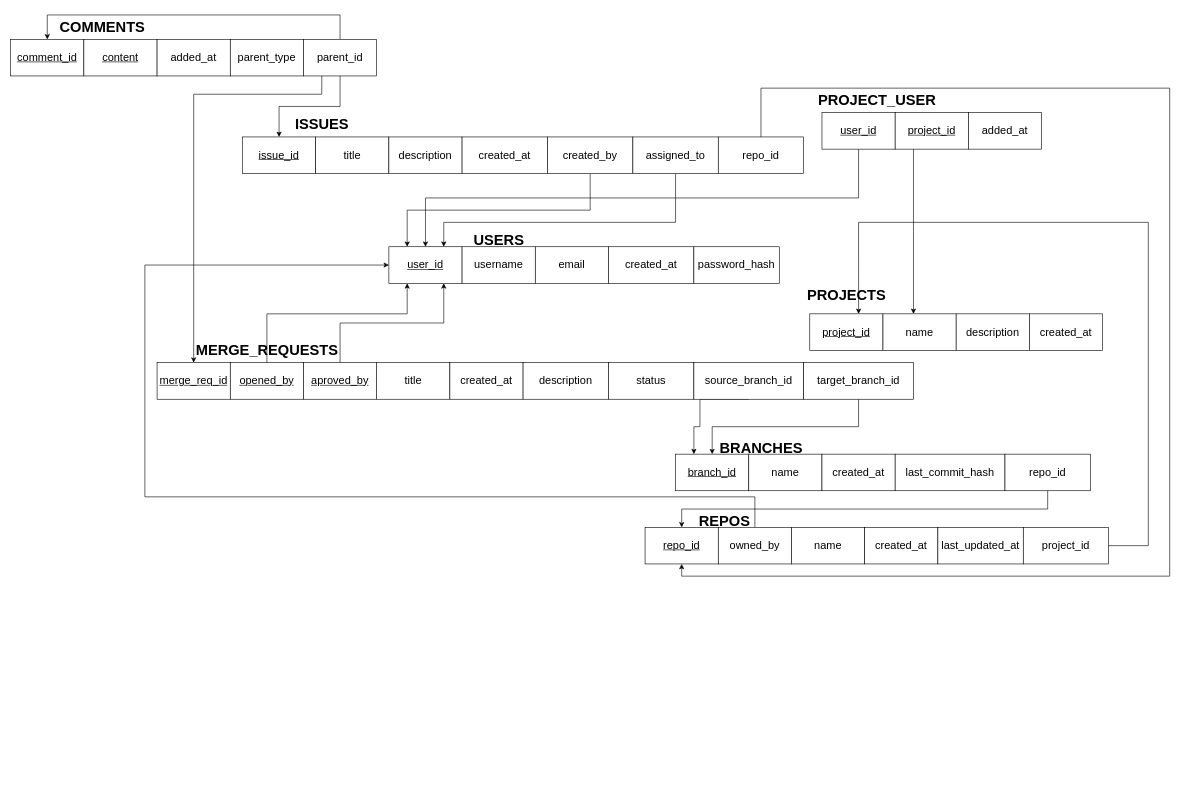
This is Untitled Diagram.drawio from briansterle/devops-platform-db, a draw.io file, before an edit. Source tidied: cells renumbered, new cells numbered last; positions are measured from the earlier drawing's top-left corner, leaving out a move shared by most shapes. Both pictures are drawn from the tidied source at 61%, with x=0, y=0 at pixel (10, 15).
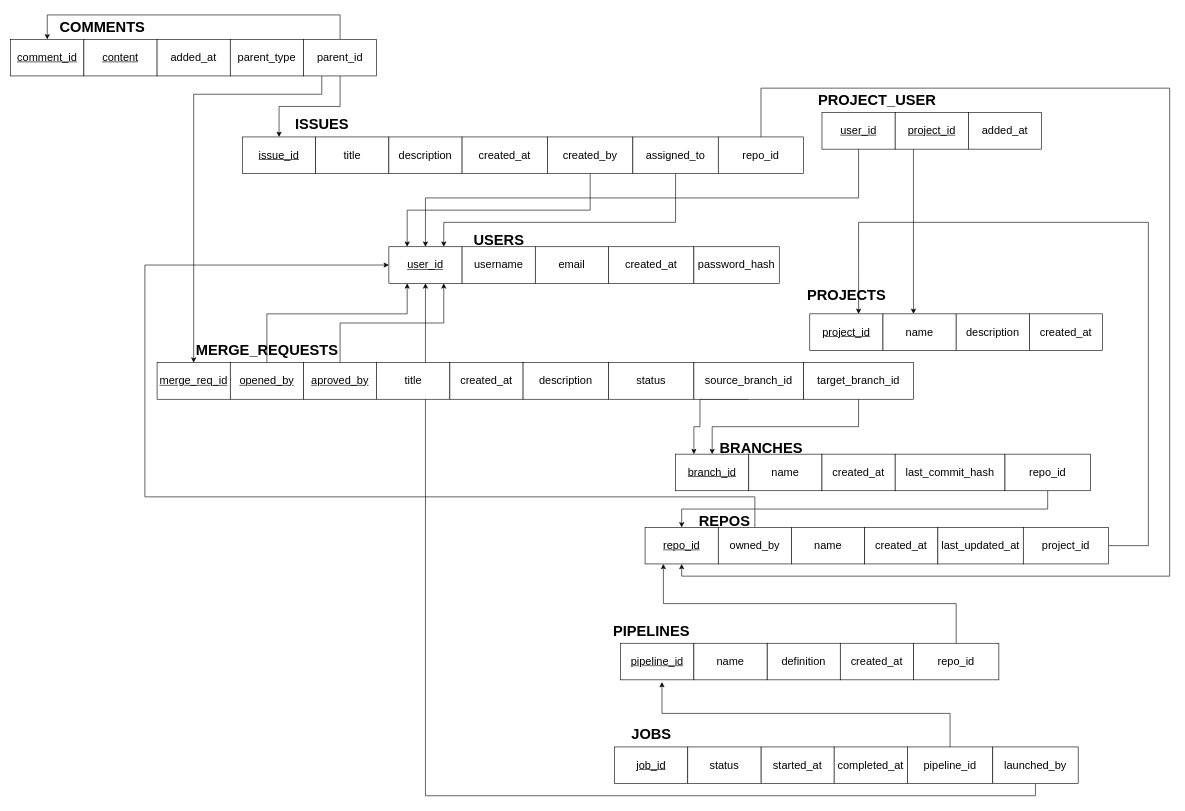
The same diagram, later.

The change refers to these unchanged cells:
```xml
<mxCell id="6" value="&lt;u&gt;&lt;font style=&quot;font-size: 18px;&quot;&gt;repo_id&lt;/font&gt;&lt;/u&gt;" style="rounded=0;whiteSpace=wrap;html=1;" parent="1" vertex="1">
  <mxGeometry x="1040" y="840" width="120" height="60" as="geometry" />
</mxCell>
<mxCell id="27" value="&lt;u&gt;&lt;font style=&quot;font-size: 18px;&quot;&gt;user_id&lt;/font&gt;&lt;/u&gt;" style="rounded=0;whiteSpace=wrap;html=1;" parent="1" vertex="1">
  <mxGeometry x="620" y="380" width="120" height="60" as="geometry" />
</mxCell>
```

The edit, as a diff of the source:
```diff
@@
+    <mxCell id="69" style="edgeStyle=orthogonalEdgeStyle;rounded=0;jettySize=auto;html=1;exitX=0.5;exitY=1;exitDx=0;exitDy=0;entryX=0.5;entryY=1;entryDx=0;entryDy=0;" parent="1" edge="1" source="84" target="27">
+      <mxGeometry relative="1" as="geometry" />
+    </mxCell>
@@
+    <mxCell id="70" value="&lt;u&gt;&lt;font style=&quot;font-size: 18px;&quot;&gt;pipeline_id&lt;/font&gt;&lt;/u&gt;" style="rounded=0;whiteSpace=wrap;html=1;" parent="1" vertex="1">
+      <mxGeometry x="1000" y="1030" width="120" height="60" as="geometry" />
+    </mxCell>
+    <mxCell id="71" value="&lt;font style=&quot;font-size: 18px;&quot;&gt;definition&lt;/font&gt;" style="rounded=0;whiteSpace=wrap;html=1;" parent="1" vertex="1">
+      <mxGeometry x="1240" y="1030" width="120" height="60" as="geometry" />
+    </mxCell>
+    <mxCell id="72" value="&lt;span style=&quot;font-size: 18px;&quot;&gt;created_at&lt;/span&gt;" style="rounded=0;whiteSpace=wrap;html=1;" parent="1" vertex="1">
+      <mxGeometry x="1360" y="1030" width="120" height="60" as="geometry" />
+    </mxCell>
+    <mxCell id="73" style="edgeStyle=orthogonalEdgeStyle;rounded=0;jettySize=auto;html=1;exitX=0.5;exitY=0;exitDx=0;exitDy=0;entryX=0.25;entryY=1;entryDx=0;entryDy=0;" parent="1" edge="1" source="74" target="6">
+      <mxGeometry relative="1" as="geometry" />
+    </mxCell>
+    <mxCell id="74" value="&lt;font style=&quot;font-size: 18px;&quot;&gt;repo_id&lt;/font&gt;" style="rounded=0;whiteSpace=wrap;html=1;" parent="1" vertex="1">
+      <mxGeometry x="1480" y="1030" width="140" height="60" as="geometry" />
+    </mxCell>
+    <mxCell id="75" value="&lt;font style=&quot;font-size: 18px;&quot;&gt;name&lt;/font&gt;" style="rounded=0;whiteSpace=wrap;html=1;" parent="1" vertex="1">
+      <mxGeometry x="1120" y="1030" width="120" height="60" as="geometry" />
+    </mxCell>
+    <mxCell id="76" value="&lt;u&gt;&lt;font style=&quot;font-size: 18px;&quot;&gt;job_id&lt;/font&gt;&lt;/u&gt;" style="rounded=0;whiteSpace=wrap;html=1;" parent="1" vertex="1">
+      <mxGeometry x="990" y="1200" width="120" height="60" as="geometry" />
+    </mxCell>
+    <mxCell id="77" value="&lt;font style=&quot;font-size: 18px;&quot;&gt;started_at&lt;/font&gt;" style="rounded=0;whiteSpace=wrap;html=1;" parent="1" vertex="1">
+      <mxGeometry x="1230" y="1200" width="120" height="60" as="geometry" />
+    </mxCell>
+    <mxCell id="78" value="&lt;span style=&quot;font-size: 18px;&quot;&gt;completed_at&lt;/span&gt;" style="rounded=0;whiteSpace=wrap;html=1;" parent="1" vertex="1">
+      <mxGeometry x="1350" y="1200" width="120" height="60" as="geometry" />
+    </mxCell>
+    <mxCell id="79" value="&lt;font style=&quot;font-size: 18px;&quot;&gt;pipeline_id&lt;/font&gt;" style="rounded=0;whiteSpace=wrap;html=1;" parent="1" vertex="1">
+      <mxGeometry x="1470" y="1200" width="140" height="60" as="geometry" />
+    </mxCell>
+    <mxCell id="80" value="&lt;font style=&quot;font-size: 18px;&quot;&gt;status&lt;/font&gt;" style="rounded=0;whiteSpace=wrap;html=1;" parent="1" vertex="1">
+      <mxGeometry x="1110" y="1200" width="120" height="60" as="geometry" />
+    </mxCell>
+    <mxCell id="81" style="edgeStyle=orthogonalEdgeStyle;rounded=0;jettySize=auto;html=1;exitX=0.5;exitY=0;exitDx=0;exitDy=0;entryX=0.564;entryY=1.059;entryDx=0;entryDy=0;entryPerimeter=0;" parent="1" edge="1" source="79" target="70">
+      <mxGeometry relative="1" as="geometry" />
+    </mxCell>
+    <mxCell id="82" value="PIPELINES" style="text;strokeColor=none;fillColor=none;html=1;fontSize=24;fontStyle=1;verticalAlign=middle;align=center;" parent="1" vertex="1">
+      <mxGeometry x="1000" y="990" width="100" height="40" as="geometry" />
+    </mxCell>
+    <mxCell id="83" value="JOBS" style="text;strokeColor=none;fillColor=none;html=1;fontSize=24;fontStyle=1;verticalAlign=middle;align=center;" parent="1" vertex="1">
+      <mxGeometry x="1000" y="1160" width="100" height="40" as="geometry" />
+    </mxCell>
+    <mxCell id="84" value="&lt;span style=&quot;font-size: 18px;&quot;&gt;launched_by&lt;/span&gt;" style="rounded=0;whiteSpace=wrap;html=1;" parent="1" vertex="1">
+      <mxGeometry x="1610" y="1200" width="140" height="60" as="geometry" />
+    </mxCell>
```
